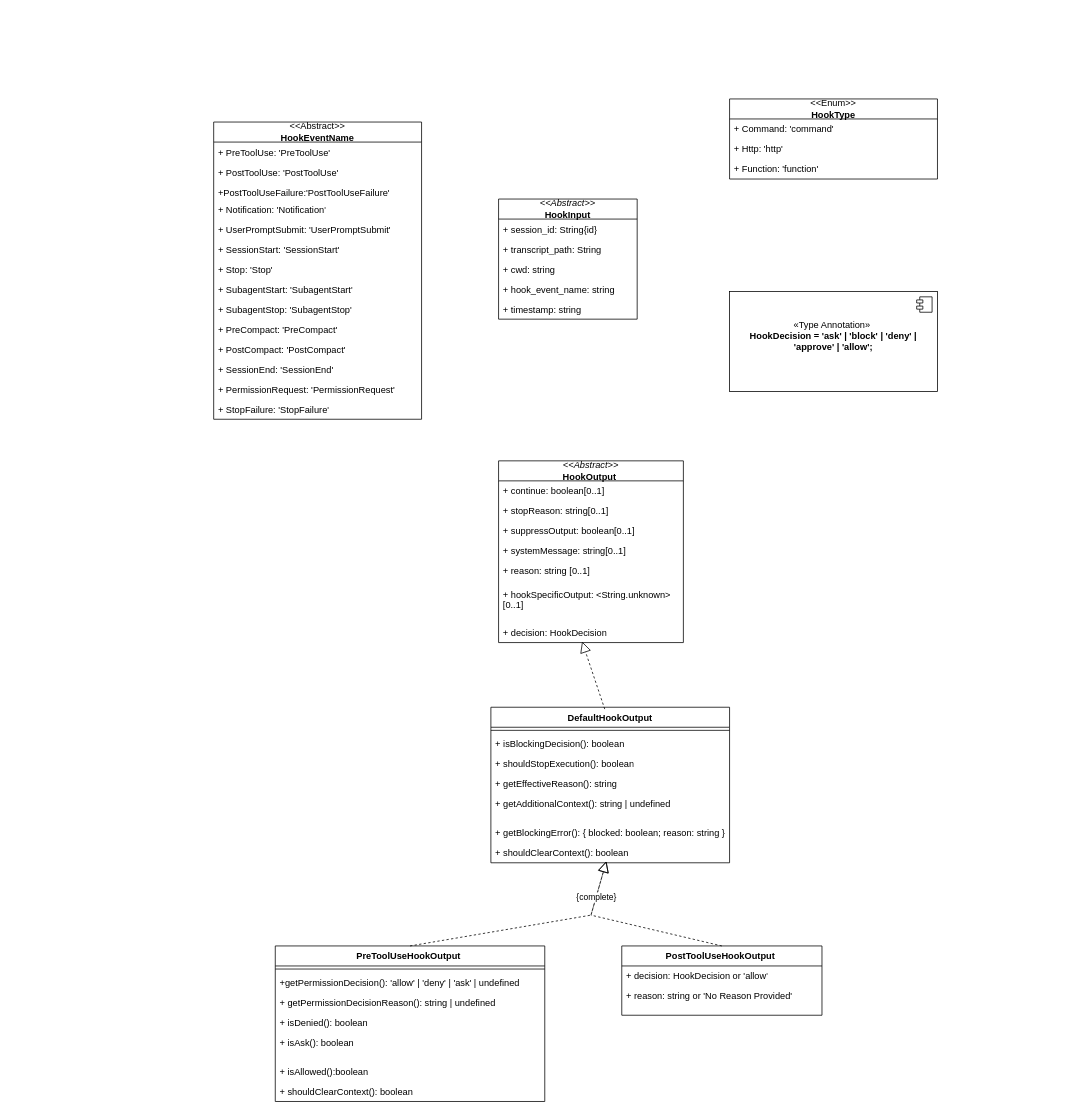
Earlier version of the draw.io diagram hooks/hooks.drawio (BobTheBot988/git_diff_checker). Source tidied: cells renumbered, new cells numbered last; positions are measured from the earlier drawing's top-left corner, leaving out a move shared by most shapes. Both pictures are drawn from the tidied source at 77%, with x=0, y=0 at pixel (213, 99).
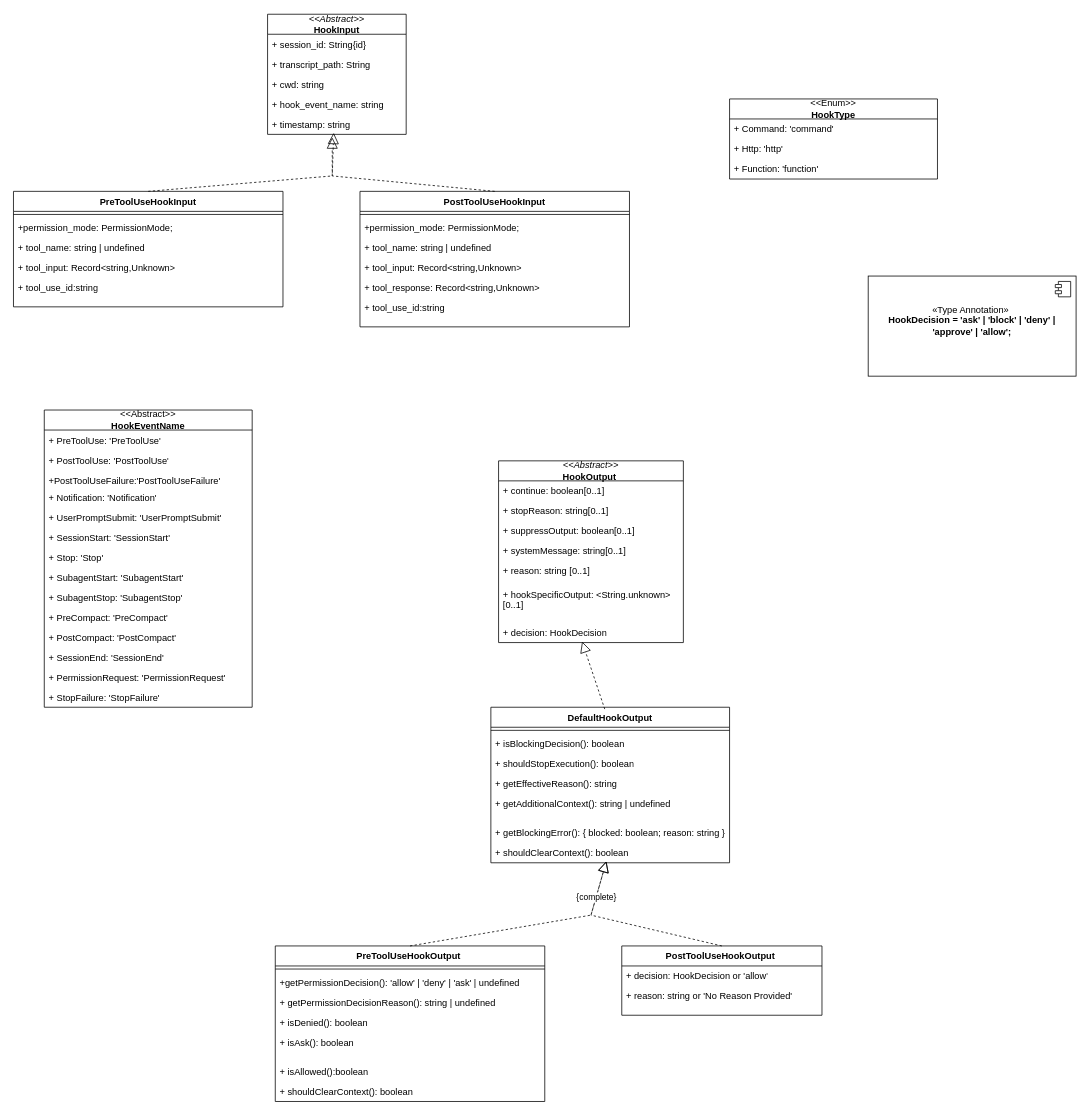
The same diagram, later.

Unchanged cells that the change refers to:
```xml
<mxCell id="7" value="+ timestamp: string" style="text;strokeColor=none;fillColor=none;align=left;verticalAlign=top;spacingLeft=4;spacingRight=4;overflow=hidden;points=[[0,0.5],[1,0.5]];portConstraint=eastwest;whiteSpace=wrap;html=1;" parent="2" vertex="1">
  <mxGeometry y="130" width="180" height="26" as="geometry" />
</mxCell>
```

Diff of the diagram source:
```diff
@@
     <mxCell id="2" value="&lt;i&gt;&amp;lt;&amp;lt;Abstract&amp;gt;&amp;gt;&lt;/i&gt;&lt;br&gt;&lt;b&gt;HookInput&lt;/b&gt;" style="swimlane;fontStyle=0;horizontal=1;startSize=26;fillColor=none;whiteSpace=wrap;html=1;" parent="1" vertex="1">
-      <mxGeometry x="370" y="130" width="180" height="156" as="geometry" />
+      <mxGeometry x="70" y="-110" width="180" height="156" as="geometry" />
     </mxCell>
@@
     <mxCell id="8" value="&lt;div&gt;&amp;lt;&amp;lt;Abstract&amp;gt;&amp;gt;&lt;/div&gt;&lt;b&gt;HookEventName&lt;/b&gt;" style="swimlane;fontStyle=0;horizontal=1;startSize=26;fillColor=none;whiteSpace=wrap;html=1;" parent="1" vertex="1">
-      <mxGeometry y="30" width="270" height="386" as="geometry" />
+      <mxGeometry x="-220" y="404" width="270" height="386" as="geometry" />
     </mxCell>
@@
     <mxCell id="35" value="«Type Annotation»&amp;nbsp;&lt;div&gt;&lt;b style=&quot;background-color: transparent; color: light-dark(rgb(0, 0, 0), rgb(255, 255, 255));&quot;&gt;HookDecision = 'ask' | 'block' | 'deny' | 'approve' | 'allow';&lt;/b&gt;&lt;div&gt;&lt;br&gt;&lt;/div&gt;&lt;/div&gt;" style="html=1;whiteSpace=wrap;" parent="1" vertex="1">
-      <mxGeometry x="670" y="250" width="270" height="130" as="geometry" />
+      <mxGeometry x="850" y="230" width="270" height="130" as="geometry" />
     </mxCell>
@@
+    <mxCell id="60" value="PreToolUseHookInput" style="swimlane;fontStyle=1;align=center;verticalAlign=top;horizontal=1;startSize=26;whiteSpace=wrap;html=1;" parent="1" vertex="1">
+      <mxGeometry x="-260" y="120" width="350" height="150" as="geometry" />
+    </mxCell>
+    <mxCell id="61" style="line;strokeWidth=1;fillColor=none;align=left;verticalAlign=middle;spacingTop=-1;spacingLeft=3;spacingRight=3;labelPosition=right;strokeColor=inherit;" parent="60" vertex="1">
+      <mxGeometry y="26" width="350" height="8" as="geometry" />
+    </mxCell>
+    <mxCell id="62" value="&lt;div&gt;+permission_mode: PermissionMode;&lt;/div&gt;" style="text;strokeColor=none;fillColor=none;align=left;verticalAlign=top;spacingLeft=4;spacingRight=4;overflow=hidden;whiteSpace=wrap;html=1;" parent="60" vertex="1">
+      <mxGeometry y="34" width="350" height="26" as="geometry" />
+    </mxCell>
+    <mxCell id="63" value="+ tool_name: string | undefined" style="text;strokeColor=none;fillColor=none;align=left;verticalAlign=top;spacingLeft=4;spacingRight=4;overflow=hidden;whiteSpace=wrap;html=1;" parent="60" vertex="1">
+      <mxGeometry y="60" width="350" height="26" as="geometry" />
+    </mxCell>
+    <mxCell id="64" value="+ tool_input: Record&amp;lt;string,Unknown&amp;gt;" style="text;strokeColor=none;fillColor=none;align=left;verticalAlign=top;spacingLeft=4;spacingRight=4;overflow=hidden;whiteSpace=wrap;html=1;" parent="60" vertex="1">
+      <mxGeometry y="86" width="350" height="26" as="geometry" />
+    </mxCell>
+    <mxCell id="65" value="+ tool_use_id:string" style="text;strokeColor=none;fillColor=none;align=left;verticalAlign=top;spacingLeft=4;spacingRight=4;overflow=hidden;whiteSpace=wrap;html=1;" parent="60" vertex="1">
+      <mxGeometry y="112" width="350" height="38" as="geometry" />
+    </mxCell>
+    <mxCell id="66" style="endArrow=block;dashed=1;endFill=0;endSize=12;html=1;rounded=0;exitX=0.5;exitY=0;exitDx=0;exitDy=0;" parent="1" edge="1" source="60">
+      <mxGeometry relative="1" as="geometry">
+        <mxPoint x="154" y="50" as="targetPoint" />
+        <Array as="points">
+          <mxPoint x="154" y="100" />
+        </Array>
+      </mxGeometry>
+    </mxCell>
+    <mxCell id="67" value="PostToolUseHookInput" style="swimlane;fontStyle=1;align=center;verticalAlign=top;horizontal=1;startSize=26;whiteSpace=wrap;html=1;" parent="1" vertex="1">
+      <mxGeometry x="190" y="120" width="350" height="176" as="geometry" />
+    </mxCell>
+    <mxCell id="68" style="line;strokeWidth=1;fillColor=none;align=left;verticalAlign=middle;spacingTop=-1;spacingLeft=3;spacingRight=3;labelPosition=right;strokeColor=inherit;" parent="67" vertex="1">
+      <mxGeometry y="26" width="350" height="8" as="geometry" />
+    </mxCell>
+    <mxCell id="69" value="&lt;div&gt;+permission_mode: PermissionMode;&lt;/div&gt;" style="text;strokeColor=none;fillColor=none;align=left;verticalAlign=top;spacingLeft=4;spacingRight=4;overflow=hidden;whiteSpace=wrap;html=1;" parent="67" vertex="1">
+      <mxGeometry y="34" width="350" height="26" as="geometry" />
+    </mxCell>
+    <mxCell id="70" value="+ tool_name: string | undefined" style="text;strokeColor=none;fillColor=none;align=left;verticalAlign=top;spacingLeft=4;spacingRight=4;overflow=hidden;whiteSpace=wrap;html=1;" parent="67" vertex="1">
+      <mxGeometry y="60" width="350" height="26" as="geometry" />
+    </mxCell>
+    <mxCell id="71" value="+ tool_input: Record&amp;lt;string,Unknown&amp;gt;" style="text;strokeColor=none;fillColor=none;align=left;verticalAlign=top;spacingLeft=4;spacingRight=4;overflow=hidden;whiteSpace=wrap;html=1;" parent="67" vertex="1">
+      <mxGeometry y="86" width="350" height="26" as="geometry" />
+    </mxCell>
+    <mxCell id="72" value="+ tool_response: Record&amp;lt;string,Unknown&amp;gt;" style="text;strokeColor=none;fillColor=none;align=left;verticalAlign=top;spacingLeft=4;spacingRight=4;overflow=hidden;whiteSpace=wrap;html=1;" parent="67" vertex="1">
+      <mxGeometry y="112" width="350" height="26" as="geometry" />
+    </mxCell>
+    <mxCell id="73" value="+ tool_use_id:string" style="text;strokeColor=none;fillColor=none;align=left;verticalAlign=top;spacingLeft=4;spacingRight=4;overflow=hidden;whiteSpace=wrap;html=1;" parent="67" vertex="1">
+      <mxGeometry y="138" width="350" height="38" as="geometry" />
+    </mxCell>
+    <mxCell id="74" style="endArrow=block;dashed=1;endFill=0;endSize=12;html=1;rounded=0;entryX=0.477;entryY=0.926;entryDx=0;entryDy=0;entryPerimeter=0;exitX=0.5;exitY=0;exitDx=0;exitDy=0;" parent="1" edge="1" source="67" target="7">
+      <mxGeometry relative="1" as="geometry">
+        <Array as="points">
+          <mxPoint x="154" y="100" />
+        </Array>
+      </mxGeometry>
+    </mxCell>
```
